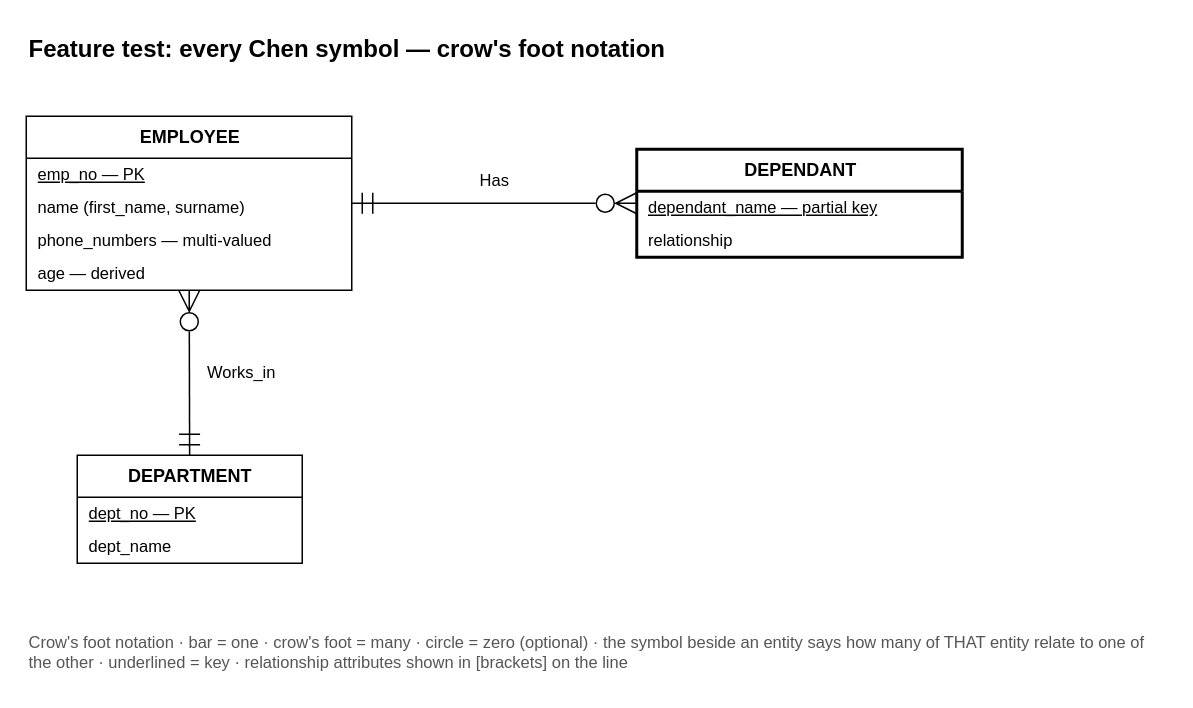
Earlier version of the draw.io diagram skills/drawio-skill/examples/erd-chen/features-crowsfoot.drawio (pearsekeenan23/drawio-skill). Source tidied: cells renumbered, new cells numbered last; positions are measured from the earlier drawing's top-left corner, leaving out a move shared by most shapes. Both pictures are drawn from the tidied source at 150%, with x=0, y=0 at pixel (26, 26).
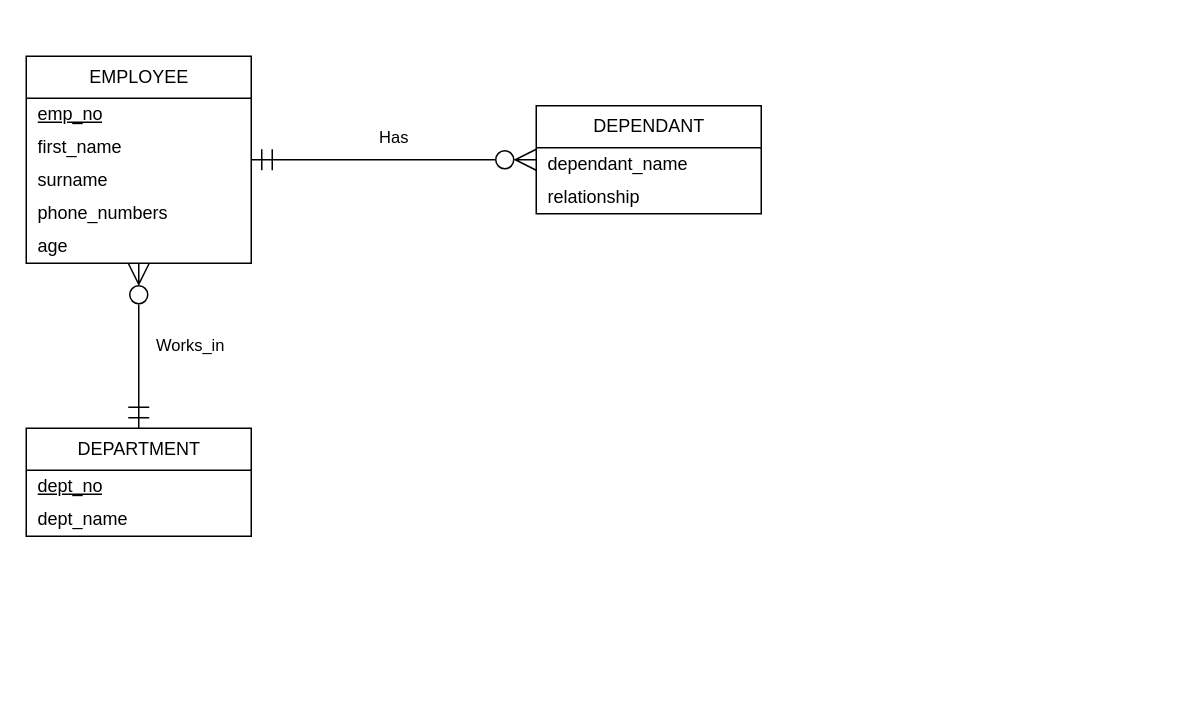
After the change.

Change to the diagram source:
```diff
@@
 <mxGraphModel>
   <root>
     <mxCell id="0" />
     <mxCell id="1" parent="0" />
-    <mxCell id="2" value="Feature test: every Chen symbol — crow's foot notation" style="text;html=1;fontSize=16;fontStyle=1;align=left;verticalAlign=middle;" parent="1" vertex="1">
-      <mxGeometry width="700" height="30" as="geometry" />
-    </mxCell>
-    <mxCell id="3" value="EMPLOYEE" style="swimlane;fontStyle=1;horizontal=1;startSize=28;html=1;fillColor=#ffffff;strokeColor=#000000;" parent="1" vertex="1">
-      <mxGeometry y="60" width="217" height="116" as="geometry" />
+    <mxCell id="3" value="EMPLOYEE" style="swimlane;fontStyle=0;horizontal=1;startSize=28;html=1;fillColor=#ffffff;strokeColor=#000000;" parent="1" vertex="1">
+      <mxGeometry y="20" width="150" height="138" as="geometry" />
     </mxCell>
-    <mxCell id="4" value="emp_no  — PK" style="text;strokeColor=none;fillColor=none;align=left;verticalAlign=middle;spacingLeft=6;spacingRight=4;overflow=hidden;html=1;fontSize=11;fontStyle=4;" parent="3" vertex="1">
-      <mxGeometry y="28" width="217" height="22" as="geometry" />
+    <mxCell id="4" value="emp_no" style="text;strokeColor=none;fillColor=none;align=left;verticalAlign=middle;spacingLeft=6;spacingRight=4;overflow=hidden;html=1;fontStyle=4;" parent="3" vertex="1">
+      <mxGeometry y="28" width="150" height="22" as="geometry" />
     </mxCell>
-    <mxCell id="5" value="name (first_name, surname)" style="text;strokeColor=none;fillColor=none;align=left;verticalAlign=middle;spacingLeft=6;spacingRight=4;overflow=hidden;html=1;fontSize=11;" parent="3" vertex="1">
-      <mxGeometry y="50" width="217" height="22" as="geometry" />
+    <mxCell id="5" value="first_name" style="text;strokeColor=none;fillColor=none;align=left;verticalAlign=middle;spacingLeft=6;spacingRight=4;overflow=hidden;html=1;" parent="3" vertex="1">
+      <mxGeometry y="50" width="150" height="22" as="geometry" />
     </mxCell>
-    <mxCell id="6" value="phone_numbers  — multi-valued" style="text;strokeColor=none;fillColor=none;align=left;verticalAlign=middle;spacingLeft=6;spacingRight=4;overflow=hidden;html=1;fontSize=11;" parent="3" vertex="1">
-      <mxGeometry y="72" width="217" height="22" as="geometry" />
+    <mxCell id="6" value="surname" style="text;strokeColor=none;fillColor=none;align=left;verticalAlign=middle;spacingLeft=6;spacingRight=4;overflow=hidden;html=1;" parent="3" vertex="1">
+      <mxGeometry y="72" width="150" height="22" as="geometry" />
     </mxCell>
-    <mxCell id="7" value="age  — derived" style="text;strokeColor=none;fillColor=none;align=left;verticalAlign=middle;spacingLeft=6;spacingRight=4;overflow=hidden;html=1;fontSize=11;" parent="3" vertex="1">
-      <mxGeometry y="94" width="217" height="22" as="geometry" />
+    <mxCell id="7" value="phone_numbers" style="text;strokeColor=none;fillColor=none;align=left;verticalAlign=middle;spacingLeft=6;spacingRight=4;overflow=hidden;html=1;" parent="3" vertex="1">
+      <mxGeometry y="94" width="150" height="22" as="geometry" />
     </mxCell>
+    <mxCell id="17" value="age" style="text;strokeColor=none;fillColor=none;align=left;verticalAlign=middle;spacingLeft=6;spacingRight=4;overflow=hidden;html=1;" parent="3" vertex="1">
+      <mxGeometry y="116" width="150" height="22" as="geometry" />
+    </mxCell>
-    <mxCell id="8" value="DEPENDANT" style="swimlane;fontStyle=1;horizontal=1;startSize=28;html=1;fillColor=#ffffff;strokeColor=#000000;strokeWidth=2;" parent="1" vertex="1">
-      <mxGeometry x="407" y="82" width="217" height="72" as="geometry" />
+    <mxCell id="8" value="DEPENDANT" style="swimlane;fontStyle=0;horizontal=1;startSize=28;html=1;fillColor=#ffffff;strokeColor=#000000;" parent="1" vertex="1">
+      <mxGeometry x="340" y="53" width="150" height="72" as="geometry" />
     </mxCell>
-    <mxCell id="9" value="dependant_name  — partial key" style="text;strokeColor=none;fillColor=none;align=left;verticalAlign=middle;spacingLeft=6;spacingRight=4;overflow=hidden;html=1;fontSize=11;fontStyle=4;" parent="8" vertex="1">
-      <mxGeometry y="28" width="217" height="22" as="geometry" />
-    </mxCell>
-    <mxCell id="10" value="relationship" style="text;strokeColor=none;fillColor=none;align=left;verticalAlign=middle;spacingLeft=6;spacingRight=4;overflow=hidden;html=1;fontSize=11;" parent="8" vertex="1">
-      <mxGeometry y="50" width="217" height="22" as="geometry" />
+    <mxCell id="10" value="dependant_name" style="text;strokeColor=none;fillColor=none;align=left;verticalAlign=middle;spacingLeft=6;spacingRight=4;overflow=hidden;html=1;" parent="8" vertex="1">
+      <mxGeometry y="28" width="150" height="22" as="geometry" />
     </mxCell>
+    <mxCell id="18" value="relationship" style="text;strokeColor=none;fillColor=none;align=left;verticalAlign=middle;spacingLeft=6;spacingRight=4;overflow=hidden;html=1;" parent="8" vertex="1">
+      <mxGeometry y="50" width="150" height="22" as="geometry" />
+    </mxCell>
-    <mxCell id="11" value="DEPARTMENT" style="swimlane;fontStyle=1;horizontal=1;startSize=28;html=1;fillColor=#ffffff;strokeColor=#000000;" parent="1" vertex="1">
-      <mxGeometry x="34" y="286" width="150" height="72" as="geometry" />
+    <mxCell id="11" value="DEPARTMENT" style="swimlane;fontStyle=0;horizontal=1;startSize=28;html=1;fillColor=#ffffff;strokeColor=#000000;" parent="1" vertex="1">
+      <mxGeometry y="268" width="150" height="72" as="geometry" />
     </mxCell>
-    <mxCell id="12" value="dept_no  — PK" style="text;strokeColor=none;fillColor=none;align=left;verticalAlign=middle;spacingLeft=6;spacingRight=4;overflow=hidden;html=1;fontSize=11;fontStyle=4;" parent="11" vertex="1">
-      <mxGeometry y="28" width="150" height="22" as="geometry" />
-    </mxCell>
-    <mxCell id="13" value="dept_name" style="text;strokeColor=none;fillColor=none;align=left;verticalAlign=middle;spacingLeft=6;spacingRight=4;overflow=hidden;html=1;fontSize=11;" parent="11" vertex="1">
-      <mxGeometry y="50" width="150" height="22" as="geometry" />
+    <mxCell id="13" value="dept_no" style="text;strokeColor=none;fillColor=none;align=left;verticalAlign=middle;spacingLeft=6;spacingRight=4;overflow=hidden;html=1;fontStyle=4;" parent="11" vertex="1">
+      <mxGeometry y="28" width="150" height="22" as="geometry" />
     </mxCell>
-    <mxCell id="14" value="Has" style="html=1;rounded=0;fontSize=11;labelBackgroundColor=none;endSize=12;startSize=12;verticalAlign=bottom;align=center;spacingBottom=6;strokeColor=#000000;startArrow=ERmandOne;startFill=0;endArrow=ERzeroToMany;endFill=0;" parent="1" edge="1" source="3" target="8">
-      <mxGeometry relative="1" as="geometry" />
-    </mxCell>
+    <mxCell id="19" value="dept_name" style="text;strokeColor=none;fillColor=none;align=left;verticalAlign=middle;spacingLeft=6;spacingRight=4;overflow=hidden;html=1;" parent="11" vertex="1">
+      <mxGeometry y="50" width="150" height="22" as="geometry" />
+    </mxCell>
-    <mxCell id="15" value="Works_in" style="html=1;rounded=0;fontSize=11;labelBackgroundColor=none;endSize=12;startSize=12;verticalAlign=middle;align=left;spacingLeft=10;strokeColor=#000000;startArrow=ERzeroToMany;startFill=0;endArrow=ERmandOne;endFill=0;" parent="1" edge="1" source="3" target="11">
+    <mxCell id="15" value="Has" style="html=1;rounded=0;labelBackgroundColor=none;endSize=12;startSize=12;verticalAlign=bottom;align=center;spacingBottom=6;strokeColor=#000000;startArrow=ERmandOne;startFill=0;endArrow=ERzeroToMany;endFill=0;" parent="1" edge="1" source="3" target="8">
       <mxGeometry relative="1" as="geometry" />
     </mxCell>
-    <mxCell id="16" value="Crow's foot notation · bar = one · crow's foot = many · circle = zero (optional) · the symbol beside an entity says how many of THAT entity relate to one of the other · underlined = key · relationship attributes shown in [brackets] on the line" style="text;html=1;fontSize=11;align=left;verticalAlign=top;fontColor=#555555;whiteSpace=wrap;" parent="1" vertex="1">
-      <mxGeometry y="398" width="760" height="40" as="geometry" />
-    </mxCell>
+    <mxCell id="20" value="Works_in" style="html=1;rounded=0;labelBackgroundColor=none;endSize=12;startSize=12;verticalAlign=middle;align=left;spacingLeft=10;strokeColor=#000000;startArrow=ERzeroToMany;startFill=0;endArrow=ERmandOne;endFill=0;" parent="1" edge="1" source="3" target="11">
+      <mxGeometry relative="1" as="geometry" />
+    </mxCell>
   </root>
 </mxGraphModel>
```
